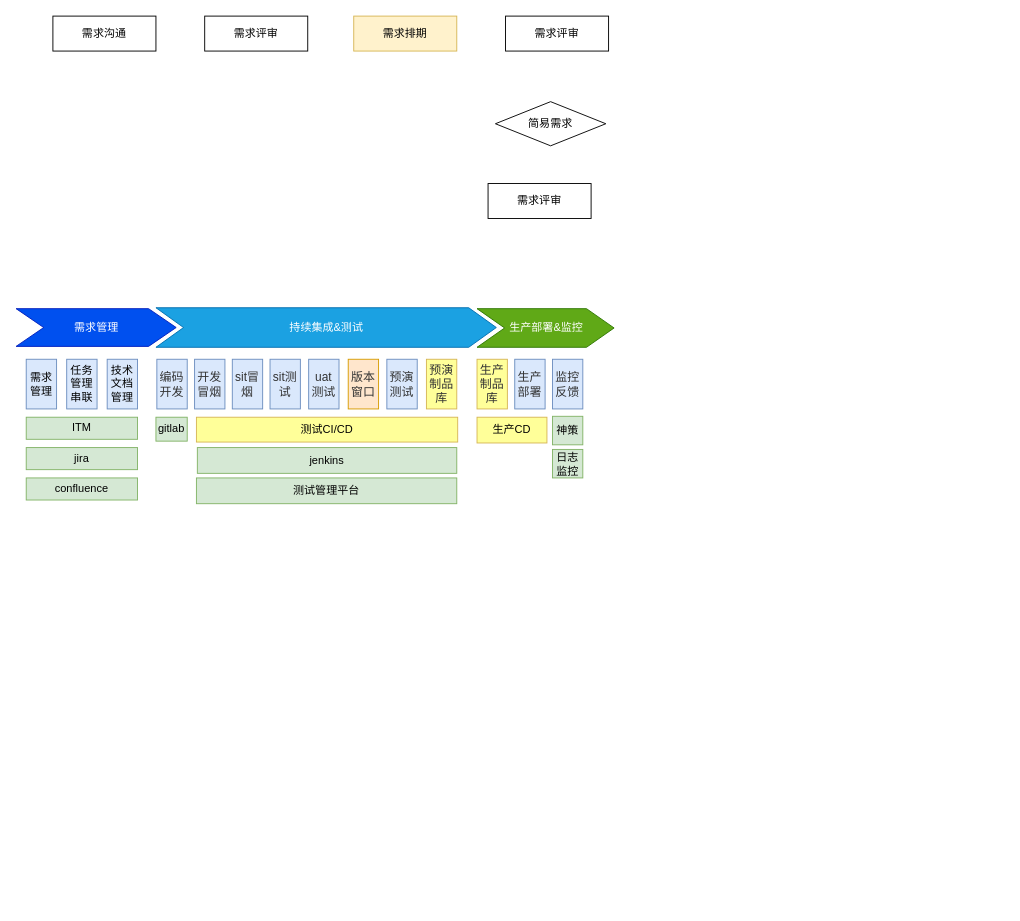
This is src/Untitled Diagram.drawio from qqstt/diagram, a draw.io file, before an edit. Source tidied: cells renumbered, new cells numbered last; positions are measured from the earlier drawing's top-left corner, leaving out a move shared by most shapes. Both pictures are drawn from the tidied source at 92%, with x=0, y=0 at pixel (16, 16).
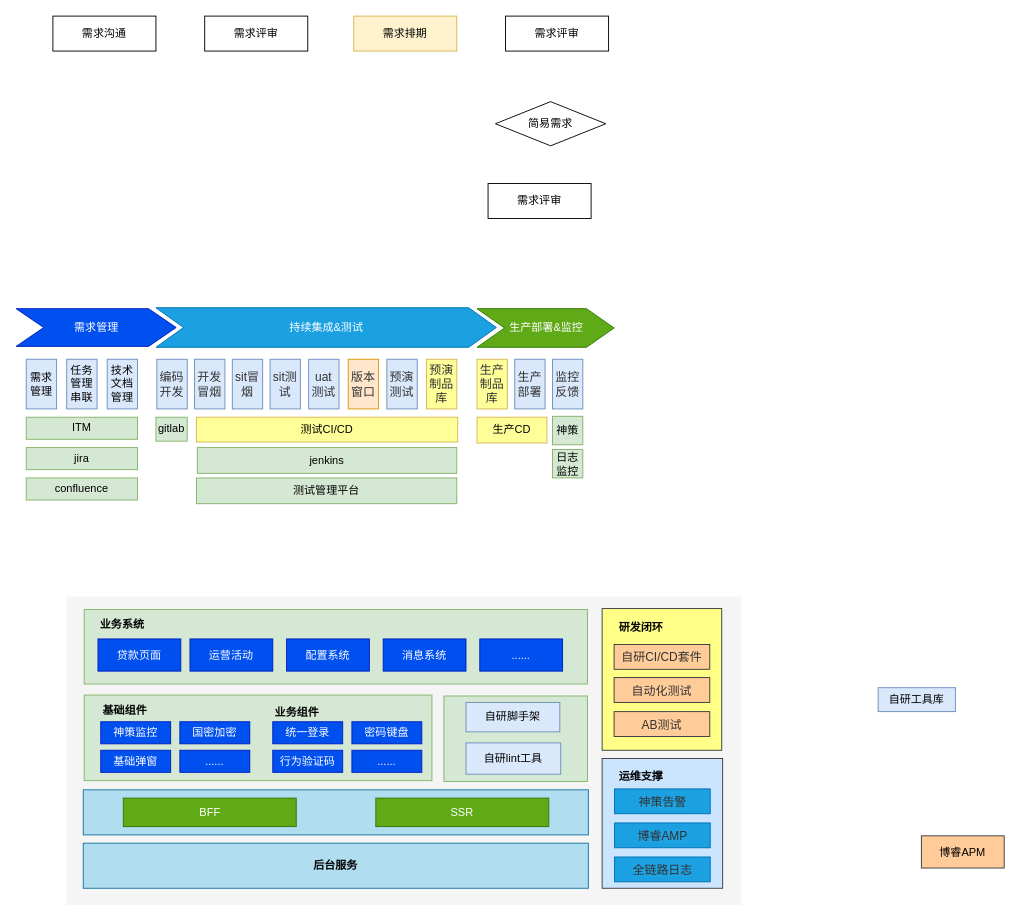
The same page after the edit.

What changed in the source:
```diff
@@
+    <mxCell id="35" value="博睿APM" style="rounded=0;whiteSpace=wrap;html=1;fillColor=#ffcc99;strokeColor=#36393d;" parent="1" vertex="1">
+      <mxGeometry x="984" y="891" width="90" height="35" as="geometry" />
+    </mxCell>
+    <mxCell id="36" value="自研工具库" style="rounded=0;whiteSpace=wrap;html=1;fillColor=#dae8fc;strokeColor=#6c8ebf;" parent="1" vertex="1">
+      <mxGeometry x="937" y="730" width="84" height="26" as="geometry" />
+    </mxCell>
+    <mxCell id="37" style="rounded=0;whiteSpace=wrap;html=1;fillColor=#f5f5f5;strokeColor=none;strokeWidth=1;perimeterSpacing=8;shadow=0;sketch=0;glass=0;fontColor=#333333;" parent="1" vertex="1">
+      <mxGeometry x="55" y="631" width="733" height="335" as="geometry" />
+    </mxCell>
+    <mxCell id="38" style="rounded=0;whiteSpace=wrap;html=1;fillColor=#d5e8d4;strokeColor=#82b366;" parent="1" vertex="1">
+      <mxGeometry x="74" y="645" width="547" height="81" as="geometry" />
+    </mxCell>
+    <mxCell id="39" value="&lt;b&gt;业务系统&lt;/b&gt;" style="text;html=1;align=center;verticalAlign=middle;fillColor=none;strokeColor=none;rounded=0;" parent="1" vertex="1">
+      <mxGeometry x="86" y="653" width="58" height="18" as="geometry" />
+    </mxCell>
+    <mxCell id="40" value="贷款页面" style="rounded=0;whiteSpace=wrap;html=1;fillColor=#0050ef;strokeColor=#001DBC;fontColor=#ffffff;" parent="1" vertex="1">
+      <mxGeometry x="89" y="677" width="90" height="35" as="geometry" />
+    </mxCell>
+    <mxCell id="41" value="运营活动" style="rounded=0;whiteSpace=wrap;html=1;fillColor=#0050ef;strokeColor=#001DBC;fontColor=#ffffff;" parent="1" vertex="1">
+      <mxGeometry x="189" y="677" width="90" height="35" as="geometry" />
+    </mxCell>
+    <mxCell id="42" value="配置系统" style="rounded=0;whiteSpace=wrap;html=1;fillColor=#0050ef;strokeColor=#001DBC;fontColor=#ffffff;" parent="1" vertex="1">
+      <mxGeometry x="294" y="677" width="90" height="35" as="geometry" />
+    </mxCell>
+    <mxCell id="43" value="消息系统" style="rounded=0;whiteSpace=wrap;html=1;fillColor=#0050ef;strokeColor=#001DBC;fontColor=#ffffff;" parent="1" vertex="1">
+      <mxGeometry x="399" y="677" width="90" height="35" as="geometry" />
+    </mxCell>
+    <mxCell id="44" value="......" style="rounded=0;whiteSpace=wrap;html=1;fillColor=#0050ef;strokeColor=#001DBC;fontColor=#ffffff;" parent="1" vertex="1">
+      <mxGeometry x="504" y="677" width="90" height="35" as="geometry" />
+    </mxCell>
+    <mxCell id="45" style="rounded=0;whiteSpace=wrap;html=1;fillColor=#d5e8d4;strokeColor=#82b366;" parent="1" vertex="1">
+      <mxGeometry x="74" y="738" width="378" height="93" as="geometry" />
+    </mxCell>
+    <mxCell id="46" style="rounded=0;whiteSpace=wrap;html=1;fillColor=#b1ddf0;strokeColor=#10739e;" parent="1" vertex="1">
+      <mxGeometry x="73" y="841" width="549" height="49" as="geometry" />
+    </mxCell>
+    <mxCell id="47" value="&lt;b&gt;后台服务&lt;/b&gt;" style="rounded=0;whiteSpace=wrap;html=1;fillColor=#b1ddf0;strokeColor=#10739e;" parent="1" vertex="1">
+      <mxGeometry x="73" y="899" width="549" height="49" as="geometry" />
+    </mxCell>
+    <mxCell id="48" style="rounded=0;whiteSpace=wrap;html=1;fillColor=#ffff88;strokeColor=#36393d;" parent="1" vertex="1">
+      <mxGeometry x="637" y="644" width="130" height="154" as="geometry" />
+    </mxCell>
+    <mxCell id="49" value="BFF" style="rounded=0;whiteSpace=wrap;html=1;fillColor=#60a917;strokeColor=#2D7600;fontColor=#ffffff;" parent="1" vertex="1">
+      <mxGeometry x="116.5" y="850" width="188" height="31" as="geometry" />
+    </mxCell>
+    <mxCell id="50" value="&lt;b&gt;研发闭环&lt;/b&gt;" style="text;html=1;align=center;verticalAlign=middle;fillColor=none;strokeColor=none;rounded=0;" parent="1" vertex="1">
+      <mxGeometry x="650" y="656" width="58" height="18" as="geometry" />
+    </mxCell>
+    <mxCell id="51" value="&lt;font color=&quot;#323232&quot;&gt;&lt;span style=&quot;font-size: 13px ; background-color: rgba(255 , 255 , 255 , 0.01)&quot;&gt;自研CI/CD套件&lt;/span&gt;&lt;/font&gt;" style="rounded=0;whiteSpace=wrap;html=1;fillColor=#ffcc99;strokeColor=#36393d;" parent="1" vertex="1">
+      <mxGeometry x="650" y="683" width="104" height="27" as="geometry" />
+    </mxCell>
+    <mxCell id="52" value="&lt;font color=&quot;#323232&quot;&gt;&lt;span style=&quot;font-size: 13px ; background-color: rgba(255 , 255 , 255 , 0.01)&quot;&gt;自动化测试&lt;/span&gt;&lt;/font&gt;" style="rounded=0;whiteSpace=wrap;html=1;fillColor=#ffcc99;strokeColor=#36393d;" parent="1" vertex="1">
+      <mxGeometry x="650" y="719" width="104" height="27" as="geometry" />
+    </mxCell>
+    <mxCell id="53" value="&lt;font color=&quot;#323232&quot;&gt;&lt;span style=&quot;font-size: 13px ; background-color: rgba(255 , 255 , 255 , 0.01)&quot;&gt;AB测试&lt;/span&gt;&lt;/font&gt;" style="rounded=0;whiteSpace=wrap;html=1;fillColor=#ffcc99;strokeColor=#36393d;" parent="1" vertex="1">
+      <mxGeometry x="650" y="756" width="104" height="27" as="geometry" />
+    </mxCell>
+    <mxCell id="54" style="rounded=0;whiteSpace=wrap;html=1;fillColor=#cce5ff;strokeColor=#36393d;" parent="1" vertex="1">
+      <mxGeometry x="637" y="807" width="131" height="141" as="geometry" />
+    </mxCell>
+    <mxCell id="55" value="&lt;b&gt;运维支撑&lt;/b&gt;" style="text;html=1;align=center;verticalAlign=middle;fillColor=none;strokeColor=none;rounded=0;" parent="1" vertex="1">
+      <mxGeometry x="650" y="818" width="58" height="18" as="geometry" />
+    </mxCell>
+    <mxCell id="56" value="&lt;font color=&quot;#323232&quot;&gt;&lt;span style=&quot;font-size: 13px ; background-color: rgba(255 , 255 , 255 , 0.01)&quot;&gt;神策告警&lt;/span&gt;&lt;/font&gt;" style="rounded=0;whiteSpace=wrap;html=1;fillColor=#1ba1e2;strokeColor=#006EAF;fontColor=#ffffff;" parent="1" vertex="1">
+      <mxGeometry x="650.5" y="840" width="104" height="27" as="geometry" />
+    </mxCell>
+    <mxCell id="57" value="&lt;font color=&quot;#323232&quot;&gt;&lt;span style=&quot;font-size: 13px ; background-color: rgba(255 , 255 , 255 , 0.01)&quot;&gt;博睿AMP&lt;/span&gt;&lt;/font&gt;" style="rounded=0;whiteSpace=wrap;html=1;fillColor=#1ba1e2;strokeColor=#006EAF;fontColor=#ffffff;" parent="1" vertex="1">
+      <mxGeometry x="650.5" y="877" width="104" height="27" as="geometry" />
+    </mxCell>
+    <mxCell id="58" value="&lt;font color=&quot;#323232&quot;&gt;&lt;span style=&quot;font-size: 13px ; background-color: rgba(255 , 255 , 255 , 0.01)&quot;&gt;全链路日志&lt;/span&gt;&lt;/font&gt;" style="rounded=0;whiteSpace=wrap;html=1;fillColor=#1ba1e2;strokeColor=#006EAF;fontColor=#ffffff;" parent="1" vertex="1">
+      <mxGeometry x="650.5" y="914" width="104" height="27" as="geometry" />
+    </mxCell>
+    <mxCell id="59" value="SSR" style="rounded=0;whiteSpace=wrap;html=1;fillColor=#60a917;strokeColor=#2D7600;fontColor=#ffffff;" parent="1" vertex="1">
+      <mxGeometry x="391" y="850" width="188" height="31" as="geometry" />
+    </mxCell>
+    <mxCell id="60" style="rounded=0;whiteSpace=wrap;html=1;fillColor=#d5e8d4;strokeColor=#82b366;" parent="1" vertex="1">
+      <mxGeometry x="465" y="739" width="156" height="93" as="geometry" />
+    </mxCell>
+    <mxCell id="61" value="自研脚手架" style="rounded=0;whiteSpace=wrap;html=1;fillColor=#dae8fc;strokeColor=#6c8ebf;" parent="1" vertex="1">
+      <mxGeometry x="489" y="746" width="102" height="32" as="geometry" />
+    </mxCell>
+    <mxCell id="62" value="自研lint工具" style="rounded=0;whiteSpace=wrap;html=1;fillColor=#dae8fc;strokeColor=#6c8ebf;" parent="1" vertex="1">
+      <mxGeometry x="489" y="790" width="103" height="34" as="geometry" />
+    </mxCell>
+    <mxCell id="63" value="&lt;b&gt;基础组件&lt;/b&gt;" style="text;html=1;align=center;verticalAlign=middle;fillColor=none;strokeColor=none;rounded=0;" parent="1" vertex="1">
+      <mxGeometry x="89" y="746" width="58" height="18" as="geometry" />
+    </mxCell>
+    <mxCell id="64" value="&lt;b&gt;业务组件&lt;/b&gt;" style="text;html=1;align=center;verticalAlign=middle;fillColor=none;strokeColor=none;rounded=0;" parent="1" vertex="1">
+      <mxGeometry x="276" y="748" width="58" height="18" as="geometry" />
+    </mxCell>
+    <mxCell id="65" value="统一登录" style="rounded=0;whiteSpace=wrap;html=1;fillColor=#0050ef;strokeColor=#001DBC;fontColor=#ffffff;" parent="1" vertex="1">
+      <mxGeometry x="279" y="767" width="76" height="24" as="geometry" />
+    </mxCell>
+    <mxCell id="66" value="密码键盘" style="rounded=0;whiteSpace=wrap;html=1;fillColor=#0050ef;strokeColor=#001DBC;fontColor=#ffffff;" parent="1" vertex="1">
+      <mxGeometry x="365" y="767" width="76" height="24" as="geometry" />
+    </mxCell>
+    <mxCell id="67" value="行为验证码" style="rounded=0;whiteSpace=wrap;html=1;fillColor=#0050ef;strokeColor=#001DBC;fontColor=#ffffff;" parent="1" vertex="1">
+      <mxGeometry x="279" y="798" width="76" height="24" as="geometry" />
+    </mxCell>
+    <mxCell id="68" value="......" style="rounded=0;whiteSpace=wrap;html=1;fillColor=#0050ef;strokeColor=#001DBC;fontColor=#ffffff;" parent="1" vertex="1">
+      <mxGeometry x="365" y="798" width="76" height="24" as="geometry" />
+    </mxCell>
+    <mxCell id="69" value="神策监控" style="rounded=0;whiteSpace=wrap;html=1;fillColor=#0050ef;strokeColor=#001DBC;fontColor=#ffffff;" parent="1" vertex="1">
+      <mxGeometry x="92" y="767" width="76" height="24" as="geometry" />
+    </mxCell>
+    <mxCell id="70" value="国密加密" style="rounded=0;whiteSpace=wrap;html=1;fillColor=#0050ef;strokeColor=#001DBC;fontColor=#ffffff;" parent="1" vertex="1">
+      <mxGeometry x="178" y="767" width="76" height="24" as="geometry" />
+    </mxCell>
+    <mxCell id="71" value="基础弹窗" style="rounded=0;whiteSpace=wrap;html=1;fillColor=#0050ef;strokeColor=#001DBC;fontColor=#ffffff;" parent="1" vertex="1">
+      <mxGeometry x="92" y="798" width="76" height="24" as="geometry" />
+    </mxCell>
+    <mxCell id="72" value="......" style="rounded=0;whiteSpace=wrap;html=1;fillColor=#0050ef;strokeColor=#001DBC;fontColor=#ffffff;" parent="1" vertex="1">
+      <mxGeometry x="178" y="798" width="76" height="24" as="geometry" />
+    </mxCell>
```
